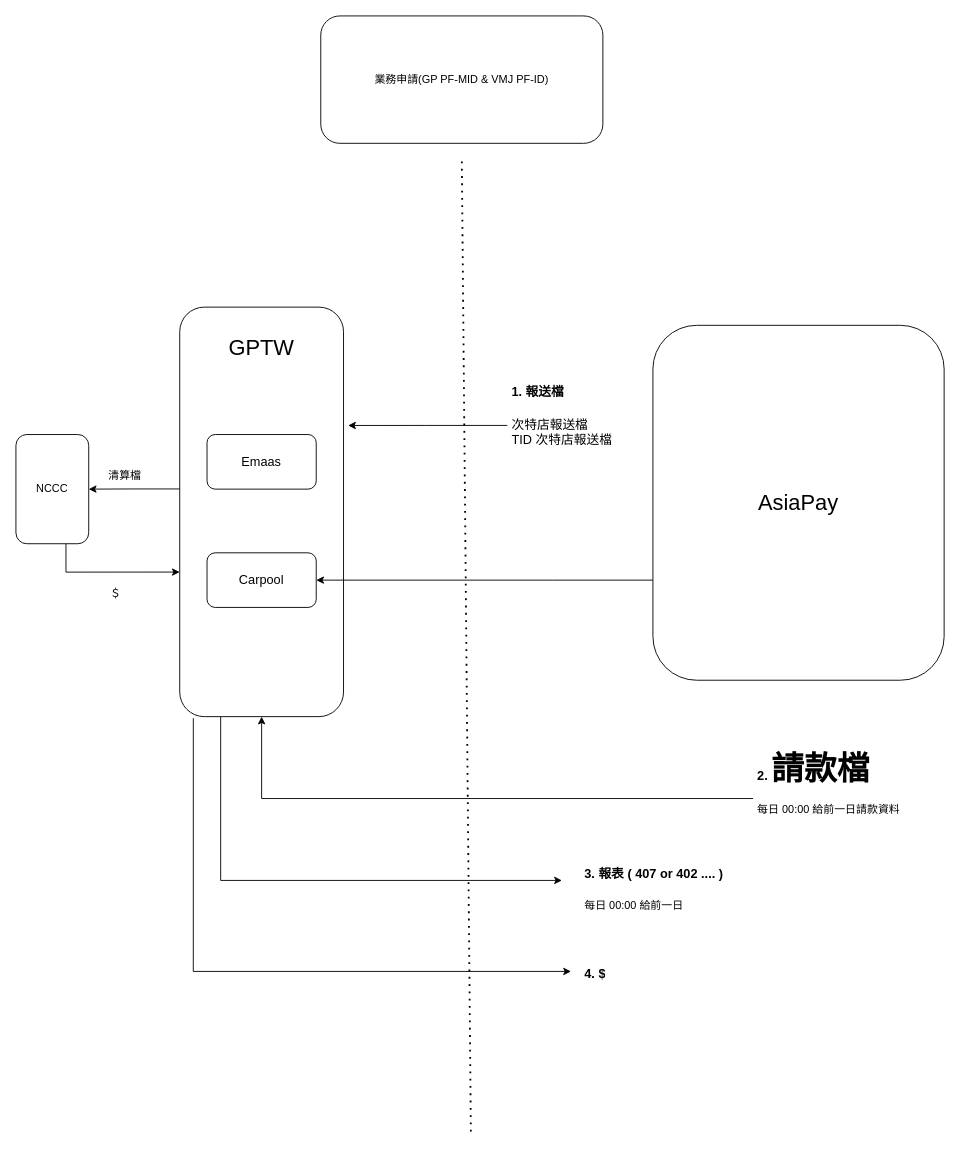
Earlier version of the draw.io diagram GP-AsiaPay.drawio (minyutsai/gp-asia). Source tidied: cells renumbered, new cells numbered last; positions are measured from the earlier drawing's top-left corner, leaving out a move shared by most shapes. Both pictures are drawn from the tidied source at 91%, with x=0, y=0 at pixel (15, 15).
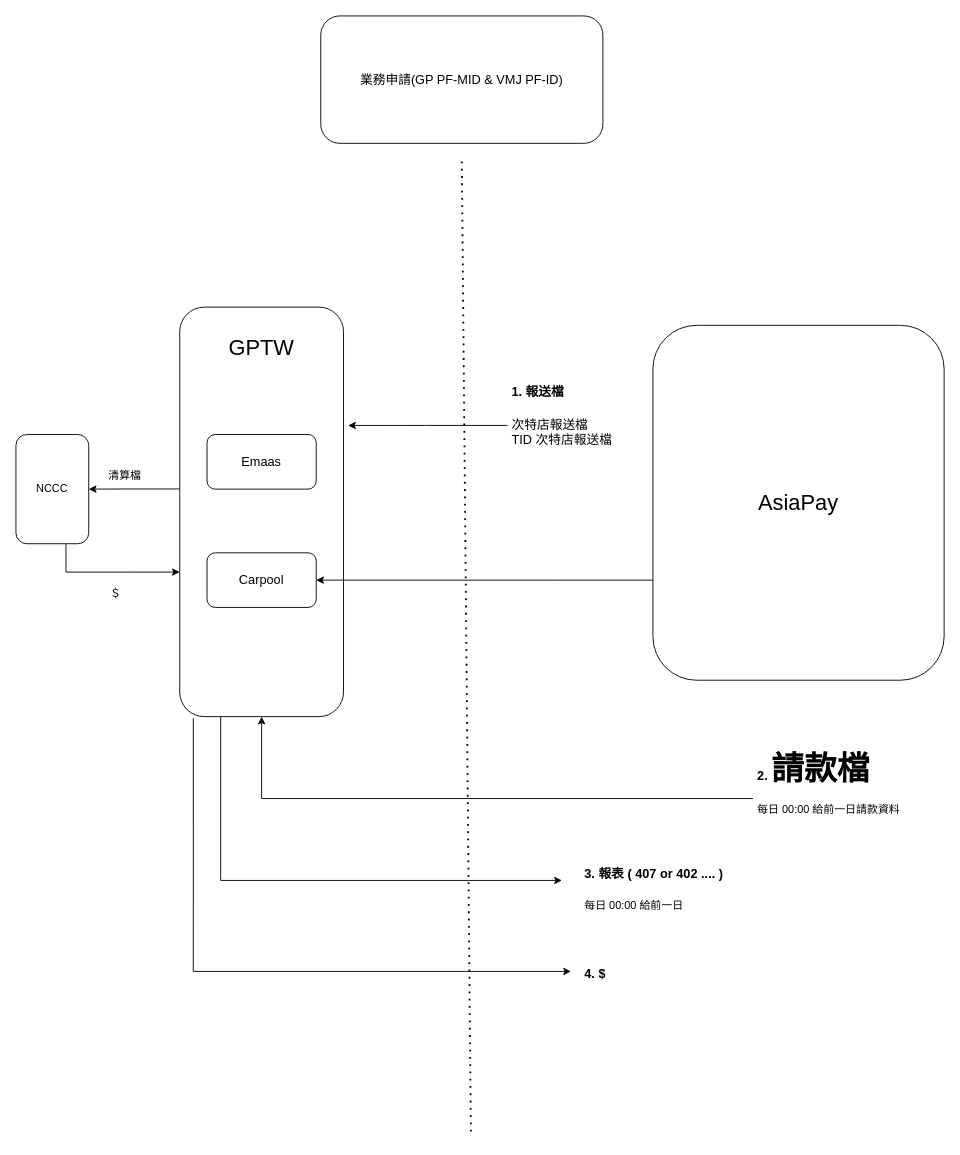
Above is the later version.

Change to the diagram source:
```diff
@@
-    <mxCell id="2" value="業務申請(GP PF-MID &amp;amp; VMJ PF-ID)" style="rounded=1;whiteSpace=wrap;html=1;fontSize=12;glass=0;strokeWidth=1;shadow=0;" parent="1" vertex="1">
+    <mxCell id="2" value="&lt;font style=&quot;font-size: 14px&quot;&gt;業務申請(GP PF-MID &amp;amp; VMJ PF-ID)&lt;/font&gt;" style="rounded=1;whiteSpace=wrap;html=1;fontSize=12;glass=0;strokeWidth=1;shadow=0;" parent="1" vertex="1">
       <mxGeometry x="335" width="310" height="140" as="geometry" />
     </mxCell>
```
